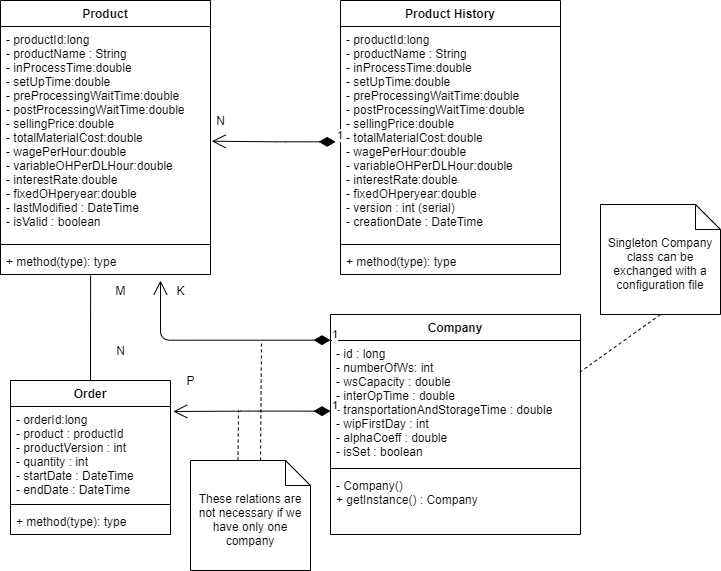
This is domain model/production_planner.png from MilenaTrajanoska/production_planner, a draw.io export, as it was before one commit. Source tidied: cells renumbered, new cells last; positions are measured from the earlier drawing's top-left corner, leaving out a move shared by most shapes. The source it was exported from:
```xml
<mxGraphModel>
  <root>
    <mxCell id="0" />
    <mxCell id="1" parent="0" />
    <mxCell id="2" value="Product" style="swimlane;fontStyle=1;align=center;verticalAlign=top;horizontal=1;startSize=26;" parent="1" vertex="1">
      <mxGeometry width="210" height="274" as="geometry" />
    </mxCell>
    <mxCell id="3" value="- productId:long&#10;- productName : String&#10;- inProcessTime:double&#10;- setUpTime:double&#10;- preProcessingWaitTime:double&#10;- postProcessingWaitTime:double&#10;- sellingPrice:double&#10;- totalMaterialCost:double&#10;- wagePerHour:double&#10;- variableOHPerDLHour:double&#10;- interestRate:double&#10;- fixedOHperyear:double&#10;- lastModified : DateTime&#10;- isValid : boolean&#10;" style="text;strokeColor=none;fillColor=none;align=left;verticalAlign=top;spacingLeft=4;spacingRight=4;overflow=hidden;points=[[0,0.5],[1,0.5]];portConstraint=eastwest;" parent="2" vertex="1">
      <mxGeometry y="26" width="210" height="214" as="geometry" />
    </mxCell>
    <mxCell id="4" style="line;strokeWidth=1;fillColor=none;align=left;verticalAlign=middle;spacingTop=-1;spacingLeft=3;spacingRight=3;labelPosition=right;" parent="2" vertex="1">
      <mxGeometry y="240" width="210" height="8" as="geometry" />
    </mxCell>
    <mxCell id="5" value="+ method(type): type" style="text;strokeColor=none;fillColor=none;align=left;verticalAlign=top;spacingLeft=4;spacingRight=4;overflow=hidden;points=[[0,0.5],[1,0.5]];portConstraint=eastwest;" parent="2" vertex="1">
      <mxGeometry y="248" width="210" height="26" as="geometry" />
    </mxCell>
    <mxCell id="6" value="Product History" style="swimlane;fontStyle=1;align=center;verticalAlign=top;horizontal=1;startSize=26;" parent="1" vertex="1">
      <mxGeometry x="340" width="220" height="274" as="geometry" />
    </mxCell>
    <mxCell id="7" value="- productId:long&#10;- productName : String&#10;- inProcessTime:double&#10;- setUpTime:double&#10;- preProcessingWaitTime:double&#10;- postProcessingWaitTime:double&#10;- sellingPrice:double&#10;- totalMaterialCost:double&#10;- wagePerHour:double&#10;- variableOHPerDLHour:double&#10;- interestRate:double&#10;- fixedOHperyear:double&#10;- version : int (serial)&#10;- creationDate : DateTime&#10;" style="text;strokeColor=none;fillColor=none;align=left;verticalAlign=top;spacingLeft=4;spacingRight=4;overflow=hidden;points=[[0,0.5],[1,0.5]];portConstraint=eastwest;" parent="6" vertex="1">
      <mxGeometry y="26" width="220" height="214" as="geometry" />
    </mxCell>
    <mxCell id="8" style="line;strokeWidth=1;fillColor=none;align=left;verticalAlign=middle;spacingTop=-1;spacingLeft=3;spacingRight=3;labelPosition=right;" parent="6" vertex="1">
      <mxGeometry y="240" width="220" height="8" as="geometry" />
    </mxCell>
    <mxCell id="9" value="+ method(type): type" style="text;strokeColor=none;fillColor=none;align=left;verticalAlign=top;spacingLeft=4;spacingRight=4;overflow=hidden;" parent="6" vertex="1">
      <mxGeometry y="248" width="220" height="26" as="geometry" />
    </mxCell>
    <mxCell id="10" value="N" style="text;html=1;align=center;verticalAlign=middle;strokeColor=none;" parent="1" vertex="1">
      <mxGeometry x="210" y="110" width="20" height="20" as="geometry" />
    </mxCell>
    <mxCell id="11" value="Order" style="swimlane;fontStyle=1;align=center;verticalAlign=top;horizontal=1;startSize=26;" parent="1" vertex="1">
      <mxGeometry x="10" y="380" width="160" height="154" as="geometry" />
    </mxCell>
    <mxCell id="12" value="- orderId:long&#10;- product : productId&#10;- productVersion : int&#10;- quantity : int&#10;- startDate : DateTime&#10;- endDate : DateTime" style="text;strokeColor=none;fillColor=none;align=left;verticalAlign=top;spacingLeft=4;spacingRight=4;overflow=hidden;points=[[0,0.5],[1,0.5]];portConstraint=eastwest;" parent="11" vertex="1">
      <mxGeometry y="26" width="160" height="94" as="geometry" />
    </mxCell>
    <mxCell id="13" style="line;strokeWidth=1;fillColor=none;align=left;verticalAlign=middle;spacingTop=-1;spacingLeft=3;spacingRight=3;labelPosition=right;" parent="11" vertex="1">
      <mxGeometry y="120" width="160" height="8" as="geometry" />
    </mxCell>
    <mxCell id="14" value="+ method(type): type" style="text;strokeColor=none;fillColor=none;align=left;verticalAlign=top;spacingLeft=4;spacingRight=4;overflow=hidden;" parent="11" vertex="1">
      <mxGeometry y="128" width="160" height="26" as="geometry" />
    </mxCell>
    <mxCell id="15" style="endArrow=none;html=1;entryX=0.429;entryY=1.038;entryDx=0;entryDy=0;entryPerimeter=0;exitX=0.5;exitY=0;exitDx=0;exitDy=0;" parent="1" edge="1" source="11" target="5">
      <mxGeometry relative="1" as="geometry" />
    </mxCell>
    <mxCell id="16" value="M" style="text;html=1;align=center;verticalAlign=middle;strokeColor=none;" parent="1" vertex="1">
      <mxGeometry x="105" y="280" width="30" height="20" as="geometry" />
    </mxCell>
    <mxCell id="17" value="N" style="text;html=1;align=center;verticalAlign=middle;strokeColor=none;" parent="1" vertex="1">
      <mxGeometry x="110" y="340" width="20" height="20" as="geometry" />
    </mxCell>
    <mxCell id="18" value="Company" style="swimlane;fontStyle=1;align=center;verticalAlign=top;horizontal=1;startSize=26;" parent="1" vertex="1">
      <mxGeometry x="330" y="314" width="250" height="220" as="geometry" />
    </mxCell>
    <mxCell id="19" value="- id : long&#10;- numberOfWs: int&#10;- wsCapacity : double&#10;- interOpTime : double&#10;- transportationAndStorageTime : double&#10;- wipFirstDay : int&#10;- alphaCoeff : double&#10;- isSet : boolean" style="text;strokeColor=none;fillColor=none;align=left;verticalAlign=top;spacingLeft=4;spacingRight=4;overflow=hidden;points=[[0,0.5],[1,0.5]];portConstraint=eastwest;" parent="18" vertex="1">
      <mxGeometry y="26" width="250" height="124" as="geometry" />
    </mxCell>
    <mxCell id="20" style="line;strokeWidth=1;fillColor=none;align=left;verticalAlign=middle;spacingTop=-1;spacingLeft=3;spacingRight=3;labelPosition=right;" parent="18" vertex="1">
      <mxGeometry y="150" width="250" height="8" as="geometry" />
    </mxCell>
    <mxCell id="21" value="- Company()&#10;+ getInstance() : Company" style="text;strokeColor=none;fillColor=none;align=left;verticalAlign=top;spacingLeft=4;spacingRight=4;overflow=hidden;" parent="18" vertex="1">
      <mxGeometry y="158" width="250" height="62" as="geometry" />
    </mxCell>
    <mxCell id="22" value="1" style="endArrow=open;html=1;endSize=12;startArrow=diamondThin;startSize=14;startFill=1;edgeStyle=orthogonalEdgeStyle;align=left;verticalAlign=bottom;entryX=1.006;entryY=0.536;entryDx=0;entryDy=0;entryPerimeter=0;exitX=-0.022;exitY=0.539;exitDx=0;exitDy=0;exitPerimeter=0;" parent="1" edge="1" source="7" target="3">
      <mxGeometry x="-1" y="3" relative="1" as="geometry" />
    </mxCell>
    <mxCell id="23" value="1" style="endArrow=open;html=1;endSize=12;startArrow=diamondThin;startSize=14;startFill=1;edgeStyle=orthogonalEdgeStyle;align=left;verticalAlign=bottom;entryX=1.017;entryY=0.053;entryDx=0;entryDy=0;entryPerimeter=0;exitX=-0.022;exitY=0.539;exitDx=0;exitDy=0;exitPerimeter=0;" parent="1" edge="1" target="12">
      <mxGeometry x="-1" y="3" relative="1" as="geometry">
        <mxPoint x="330" y="410.6" as="sourcePoint" />
      </mxGeometry>
    </mxCell>
    <mxCell id="24" value="P" style="text;html=1;align=center;verticalAlign=middle;strokeColor=none;" parent="1" vertex="1">
      <mxGeometry x="180" y="370" width="20" height="20" as="geometry" />
    </mxCell>
    <mxCell id="25" value="1" style="endArrow=open;html=1;endSize=12;startArrow=diamondThin;startSize=14;startFill=1;edgeStyle=orthogonalEdgeStyle;align=left;verticalAlign=bottom;exitX=-0.022;exitY=0.539;exitDx=0;exitDy=0;exitPerimeter=0;" parent="1" edge="1">
      <mxGeometry x="-1" y="3" relative="1" as="geometry">
        <mxPoint x="330" y="339.7" as="sourcePoint" />
        <mxPoint x="160" y="280" as="targetPoint" />
      </mxGeometry>
    </mxCell>
    <mxCell id="26" value="K" style="text;html=1;align=center;verticalAlign=middle;strokeColor=none;" parent="1" vertex="1">
      <mxGeometry x="170" y="280" width="20" height="20" as="geometry" />
    </mxCell>
    <mxCell id="27" value="These relations are not necessary if we have only one company" style="shape=note2;boundedLbl=1;whiteSpace=wrap;html=1;size=25;verticalAlign=top;align=center;" parent="1" vertex="1">
      <mxGeometry x="190" y="460" width="120" height="110" as="geometry" />
    </mxCell>
    <mxCell id="28" style="endArrow=none;html=1;exitX=0;exitY=0;exitDx=47.5;exitDy=0;exitPerimeter=0;dashed=1;" parent="1" edge="1" source="27">
      <mxGeometry relative="1" as="geometry">
        <mxPoint x="238" y="410" as="targetPoint" />
      </mxGeometry>
    </mxCell>
    <mxCell id="29" style="endArrow=none;html=1;exitX=0;exitY=0;exitDx=47.5;exitDy=0;exitPerimeter=0;dashed=1;" parent="1" edge="1">
      <mxGeometry relative="1" as="geometry">
        <mxPoint x="260" y="460" as="sourcePoint" />
        <mxPoint x="261" y="340" as="targetPoint" />
      </mxGeometry>
    </mxCell>
    <mxCell id="30" value="Singleton Company class can be exchanged with a configuration file" style="shape=note2;boundedLbl=1;whiteSpace=wrap;html=1;size=25;verticalAlign=top;align=center;" parent="1" vertex="1">
      <mxGeometry x="600" y="204" width="120" height="110" as="geometry" />
    </mxCell>
    <mxCell id="31" style="endArrow=none;dashed=1;html=1;strokeWidth=1;exitX=0.997;exitY=0.256;exitDx=0;exitDy=0;exitPerimeter=0;entryX=0.5;entryY=1;entryDx=0;entryDy=0;entryPerimeter=0;" parent="1" edge="1" source="19" target="30">
      <mxGeometry relative="1" as="geometry" />
    </mxCell>
  </root>
</mxGraphModel>
```
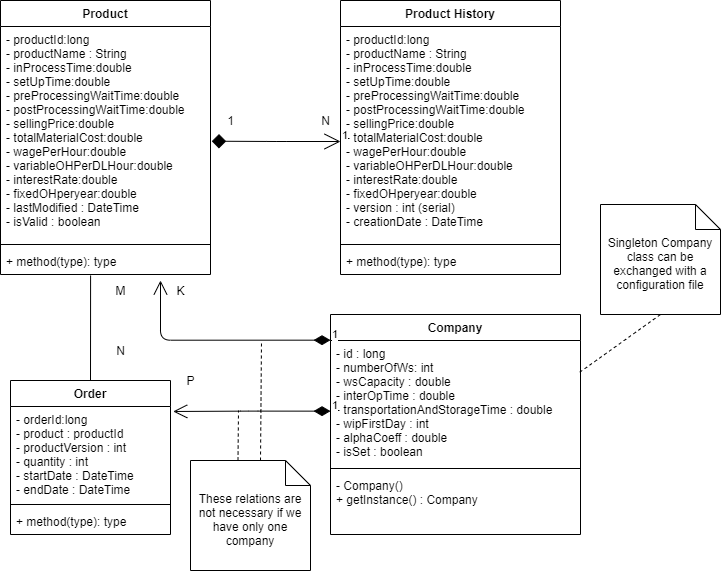
The same diagram one commit later.

Commit message:
changed direction of relation in dm

Change to the diagram source:
```diff
@@ -27,7 +27,7 @@
       <mxGeometry y="248" width="220" height="26" as="geometry" />
     </mxCell>
     <mxCell id="10" value="N" style="text;html=1;align=center;verticalAlign=middle;strokeColor=none;" parent="1" vertex="1">
-      <mxGeometry x="210" y="110" width="20" height="20" as="geometry" />
+      <mxGeometry x="315" y="110" width="20" height="20" as="geometry" />
     </mxCell>
     <mxCell id="11" value="Order" style="swimlane;fontStyle=1;align=center;verticalAlign=top;horizontal=1;startSize=26;" parent="1" vertex="1">
       <mxGeometry x="10" y="380" width="160" height="154" as="geometry" />
@@ -62,8 +62,10 @@
     <mxCell id="21" value="- Company()&#10;+ getInstance() : Company" style="text;strokeColor=none;fillColor=none;align=left;verticalAlign=top;spacingLeft=4;spacingRight=4;overflow=hidden;" parent="18" vertex="1">
       <mxGeometry y="158" width="250" height="62" as="geometry" />
     </mxCell>
-    <mxCell id="22" value="1" style="endArrow=open;html=1;endSize=12;startArrow=diamondThin;startSize=14;startFill=1;edgeStyle=orthogonalEdgeStyle;align=left;verticalAlign=bottom;entryX=1.006;entryY=0.536;entryDx=0;entryDy=0;entryPerimeter=0;exitX=-0.022;exitY=0.539;exitDx=0;exitDy=0;exitPerimeter=0;" parent="1" edge="1" source="7" target="3">
-      <mxGeometry x="-1" y="3" relative="1" as="geometry" />
+    <mxCell id="22" value="1" style="endArrow=diamond;html=1;endSize=12;startArrow=open;startSize=14;startFill=0;edgeStyle=orthogonalEdgeStyle;align=left;verticalAlign=bottom;entryX=1.006;entryY=0.536;entryDx=0;entryDy=0;entryPerimeter=0;endFill=1;" parent="1" edge="1" target="3">
+      <mxGeometry x="-1" y="3" relative="1" as="geometry">
+        <mxPoint x="340" y="141" as="sourcePoint" />
+      </mxGeometry>
     </mxCell>
     <mxCell id="23" value="1" style="endArrow=open;html=1;endSize=12;startArrow=diamondThin;startSize=14;startFill=1;edgeStyle=orthogonalEdgeStyle;align=left;verticalAlign=bottom;entryX=1.017;entryY=0.053;entryDx=0;entryDy=0;entryPerimeter=0;exitX=-0.022;exitY=0.539;exitDx=0;exitDy=0;exitPerimeter=0;" parent="1" edge="1" target="12">
       <mxGeometry x="-1" y="3" relative="1" as="geometry">
@@ -102,5 +104,8 @@
     <mxCell id="31" style="endArrow=none;dashed=1;html=1;strokeWidth=1;exitX=0.997;exitY=0.256;exitDx=0;exitDy=0;exitPerimeter=0;entryX=0.5;entryY=1;entryDx=0;entryDy=0;entryPerimeter=0;" parent="1" edge="1" source="19" target="30">
       <mxGeometry relative="1" as="geometry" />
     </mxCell>
+    <mxCell id="32" value="1" style="text;html=1;align=center;verticalAlign=middle;strokeColor=none;" parent="1" vertex="1">
+      <mxGeometry x="220" y="110" width="20" height="20" as="geometry" />
+    </mxCell>
   </root>
 </mxGraphModel>
```
